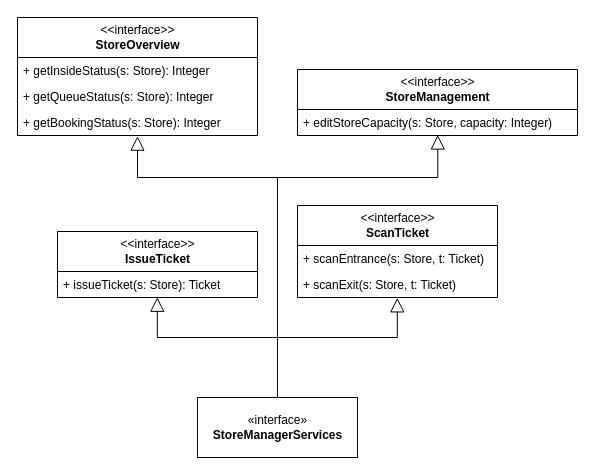
ferrohd/CLup keeps this draw.io diagram as assets/dd/component_interface_diagrams/store_manager_component_interface_diagram.drawio. Above is the earlier version. Source tidied: cells renumbered, new cells numbered last; positions are measured from the earlier drawing's top-left corner, leaving out a move shared by most shapes. Both pictures are drawn from the tidied source at 100%, with x=0, y=0 at pixel (17, 17).
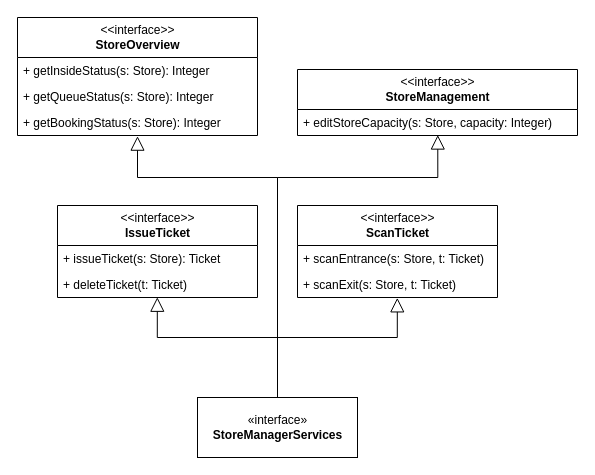
Above is the later version.

Change to the diagram source:
```diff
@@
     <mxCell id="16" value="&amp;lt;&amp;lt;interface&amp;gt;&amp;gt;&lt;br&gt;&lt;b&gt;IssueTicket&lt;/b&gt;" style="swimlane;fontStyle=0;horizontal=1;startSize=40;fillColor=none;html=1;" parent="1" vertex="1">
-      <mxGeometry x="40" y="214" width="200" height="66" as="geometry" />
+      <mxGeometry x="40" y="188" width="200" height="92" as="geometry" />
     </mxCell>
+    <mxCell id="18" value="+ issueTicket(s: Store): Ticket" style="text;strokeColor=none;fillColor=none;align=left;verticalAlign=top;spacingLeft=4;spacingRight=4;overflow=hidden;" parent="16" vertex="1">
+      <mxGeometry y="40" width="200" height="26" as="geometry" />
+    </mxCell>
-    <mxCell id="17" value="+ issueTicket(s: Store): Ticket" style="text;strokeColor=none;fillColor=none;align=left;verticalAlign=top;spacingLeft=4;spacingRight=4;overflow=hidden;points=[[0,0.5],[1,0.5]];portConstraint=eastwest;" parent="16" vertex="1">
-      <mxGeometry y="40" width="200" height="26" as="geometry" />
+    <mxCell id="17" value="+ deleteTicket(t: Ticket)" style="text;strokeColor=none;fillColor=none;align=left;verticalAlign=top;spacingLeft=4;spacingRight=4;overflow=hidden;points=[[0,0.5],[1,0.5]];portConstraint=eastwest;" parent="16" vertex="1">
+      <mxGeometry y="66" width="200" height="26" as="geometry" />
     </mxCell>
```
